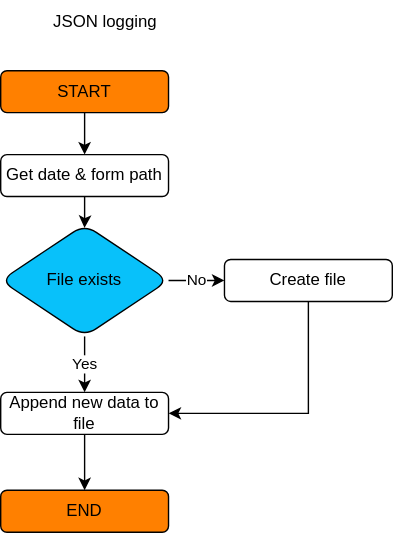
davidhozic/discord-advertisement-framework keeps this draw.io diagram as docs/thesis/images/daf-logging-json.svg. Above is the earlier version. Source tidied: cells renumbered, new cells last; positions are measured from the earlier drawing's top-left corner, leaving out a move shared by most shapes.
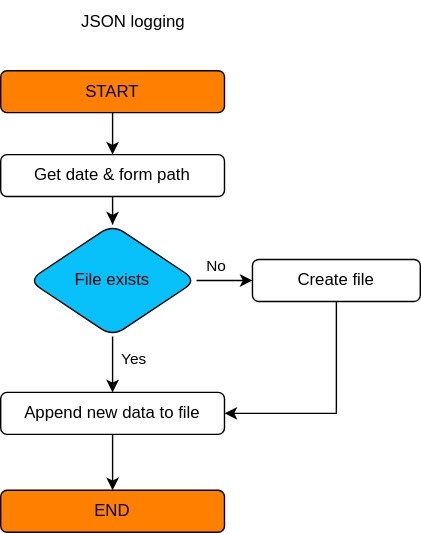
After the change.

Diff of the diagram source:
```diff
@@ -6,44 +6,54 @@
       <mxGeometry relative="1" as="geometry" />
     </mxCell>
     <mxCell id="3" value="START" style="rounded=1;whiteSpace=wrap;html=1;fontSize=12;glass=0;strokeWidth=1;shadow=0;fillColor=#FF8000;strokeColor=default;" parent="1" vertex="1">
-      <mxGeometry y="50" width="120" height="30" as="geometry" />
+      <mxGeometry y="50" width="160" height="30" as="geometry" />
     </mxCell>
-    <mxCell id="4" style="edgeStyle=orthogonalEdgeStyle;rounded=0;jettySize=auto;html=1;entryX=0.499;entryY=0.03;entryDx=0;entryDy=0;entryPerimeter=0;" parent="1" edge="1" source="5" target="8">
-      <mxGeometry relative="1" as="geometry" />
-    </mxCell>
-    <mxCell id="5" value="Get date &amp;amp; form path" style="whiteSpace=wrap;html=1;rounded=1;glass=0;strokeWidth=1;shadow=0;" parent="1" vertex="1">
-      <mxGeometry y="110" width="120" height="30" as="geometry" />
-    </mxCell>
+    <mxCell id="15" style="edgeStyle=orthogonalEdgeStyle;rounded=0;jettySize=auto;html=1;strokeColor=#000000;startArrow=none;startFill=0;endArrow=classic;endFill=1;" parent="1" edge="1" source="8" target="12">
+      <mxGeometry relative="1" as="geometry" />
+    </mxCell>
-    <mxCell id="6" value="No" style="edgeStyle=orthogonalEdgeStyle;rounded=0;jettySize=auto;html=1;" parent="1" edge="1" source="8" target="12">
-      <mxGeometry relative="1" as="geometry" />
+    <mxCell id="6" value="No" style="edgeLabel;html=1;align=center;verticalAlign=middle;" parent="15" vertex="1">
+      <mxGeometry x="-0.3" relative="1" as="geometry">
+        <mxPoint y="-10" as="offset" />
+      </mxGeometry>
     </mxCell>
+    <mxCell id="16" style="edgeStyle=orthogonalEdgeStyle;rounded=0;jettySize=auto;html=1;strokeColor=#000000;startArrow=none;startFill=0;endArrow=classic;endFill=1;" parent="1" edge="1" source="8" target="14">
+      <mxGeometry relative="1" as="geometry" />
+    </mxCell>
-    <mxCell id="7" value="Yes" style="edgeStyle=orthogonalEdgeStyle;rounded=0;jettySize=auto;html=1;" parent="1" edge="1" source="8" target="14">
-      <mxGeometry relative="1" as="geometry" />
+    <mxCell id="7" value="Yes" style="edgeLabel;html=1;align=center;verticalAlign=middle;" parent="16" vertex="1">
+      <mxGeometry x="-0.23" y="1" relative="1" as="geometry">
+        <mxPoint x="14" as="offset" />
+      </mxGeometry>
     </mxCell>
     <mxCell id="8" value="File exists" style="rhombus;whiteSpace=wrap;html=1;rounded=1;glass=0;strokeWidth=1;shadow=0;fillColor=#08C1FA;" parent="1" vertex="1">
-      <mxGeometry y="160" width="120" height="80" as="geometry" />
+      <mxGeometry x="20" y="160" width="120" height="80" as="geometry" />
     </mxCell>
     <mxCell id="9" value="END" style="whiteSpace=wrap;html=1;rounded=1;glass=0;strokeWidth=1;shadow=0;fillColor=#FF8000;strokeColor=default;" parent="1" vertex="1">
-      <mxGeometry y="350" width="120" height="30" as="geometry" />
+      <mxGeometry y="350" width="160" height="30" as="geometry" />
     </mxCell>
     <mxCell id="10" value="JSON logging" style="text;html=1;strokeColor=none;fillColor=none;align=center;verticalAlign=middle;whiteSpace=wrap;rounded=0;" parent="1" vertex="1">
-      <mxGeometry width="150" height="30" as="geometry" />
+      <mxGeometry x="20" width="150" height="30" as="geometry" />
     </mxCell>
     <mxCell id="11" style="edgeStyle=orthogonalEdgeStyle;rounded=0;jettySize=auto;html=1;entryX=1;entryY=0.5;entryDx=0;entryDy=0;" parent="1" edge="1" source="12" target="14">
       <mxGeometry relative="1" as="geometry">
         <Array as="points">
-          <mxPoint x="220" y="295" />
+          <mxPoint x="240" y="295" />
         </Array>
       </mxGeometry>
     </mxCell>
     <mxCell id="12" value="Create file" style="whiteSpace=wrap;html=1;rounded=1;glass=0;strokeWidth=1;shadow=0;" parent="1" vertex="1">
-      <mxGeometry x="160" y="185" width="120" height="30" as="geometry" />
+      <mxGeometry x="180" y="185" width="120" height="30" as="geometry" />
     </mxCell>
     <mxCell id="13" style="edgeStyle=orthogonalEdgeStyle;rounded=0;jettySize=auto;html=1;" parent="1" edge="1" source="14" target="9">
       <mxGeometry relative="1" as="geometry" />
     </mxCell>
     <mxCell id="14" value="Append new data to file" style="whiteSpace=wrap;html=1;rounded=1;glass=0;strokeWidth=1;shadow=0;" parent="1" vertex="1">
-      <mxGeometry y="280" width="120" height="30" as="geometry" />
+      <mxGeometry y="280" width="160" height="30" as="geometry" />
     </mxCell>
+    <mxCell id="4" style="edgeStyle=orthogonalEdgeStyle;rounded=0;jettySize=auto;html=1;" parent="1" edge="1" source="5" target="8">
+      <mxGeometry relative="1" as="geometry" />
+    </mxCell>
+    <mxCell id="5" value="Get date &amp;amp; form path" style="whiteSpace=wrap;html=1;rounded=1;glass=0;strokeWidth=1;shadow=0;" parent="1" vertex="1">
+      <mxGeometry y="110" width="160" height="30" as="geometry" />
+    </mxCell>
   </root>
 </mxGraphModel>
```
